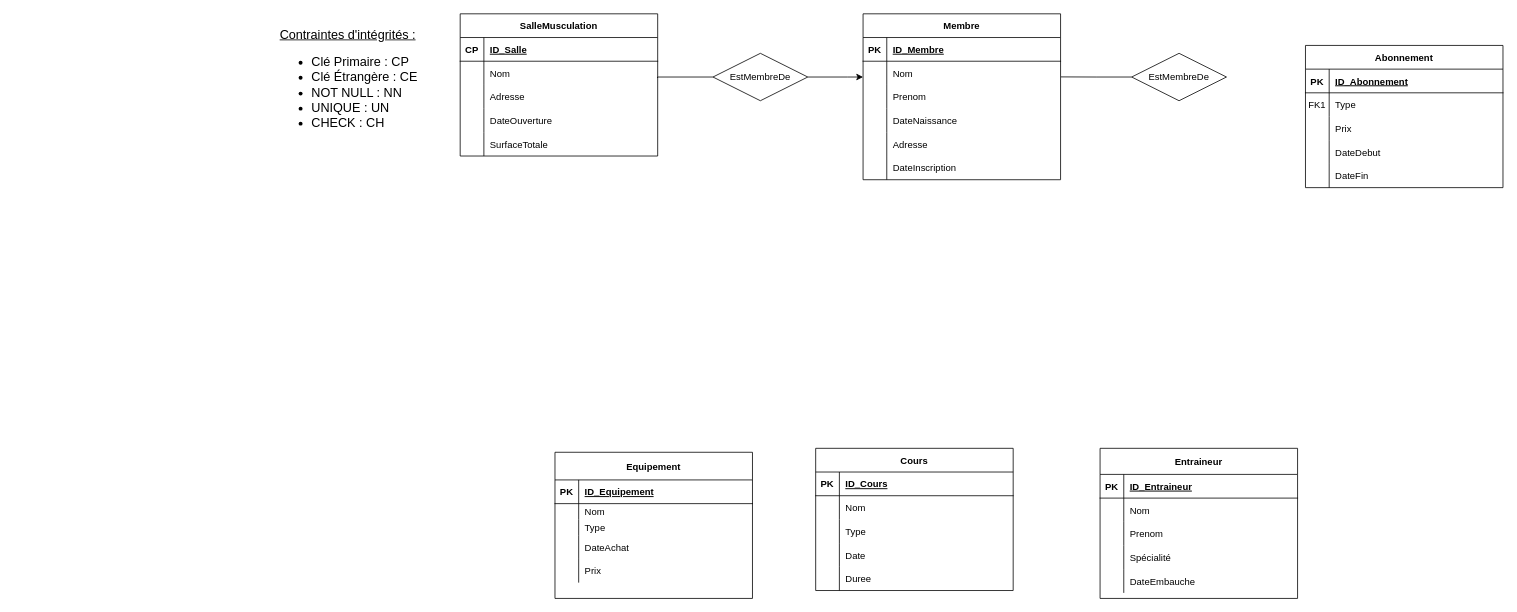
Earlier version of the draw.io diagram SchémaE/R.drawio (uvsqNathanAmoussou/SalleDeMuscuBDD). Source tidied: cells renumbered, new cells numbered last; positions are measured from the earlier drawing's top-left corner, leaving out a move shared by most shapes. Both pictures are drawn from the tidied source at 79%, with x=0, y=0 at pixel (278, 13).
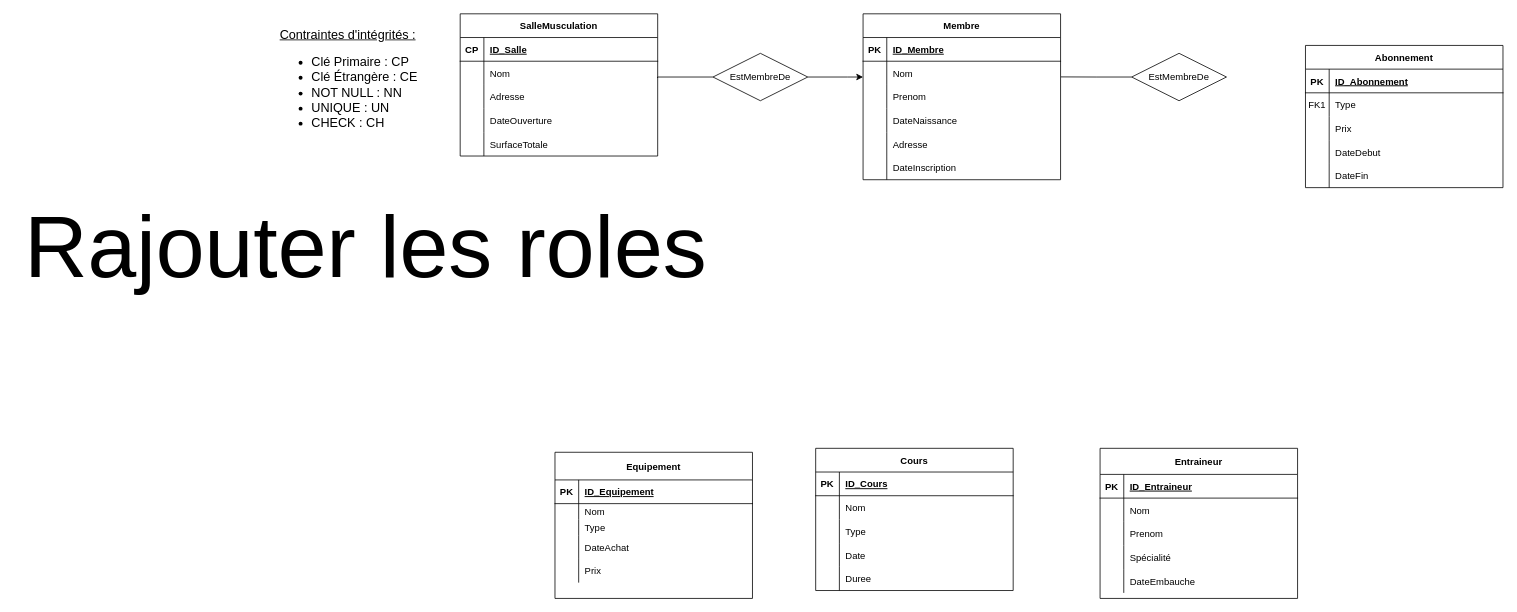
The same diagram, later.

Commit message:
Mettre à jour R.drawio

What changed in the source:
```diff
@@
+    <mxCell id="107" value="Rajouter les roles" style="text;html=1;align=center;verticalAlign=middle;strokeColor=none;fillColor=none;fontSize=111;" parent="1" vertex="1">
+      <mxGeometry x="-335" y="220" width="890" height="150" as="geometry" />
+    </mxCell>
```
